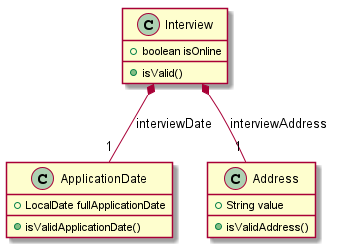
Above: images/InterviewClassDiagram.png in AY1920S2-CS2103T-F10-2/main (PlantUML), before the change. The source it was exported from:
```plantuml
@startuml
class Interview {
+ boolean isOnline
+ isValid()
}

class ApplicationDate {
+ LocalDate fullApplicationDate
+ isValidApplicationDate()
}

class Address {
+ String value
+ isValidAddress()
}

Interview *-- "1" ApplicationDate : interviewDate
Interview *-- "1" Address : interviewAddress

@enduml
```
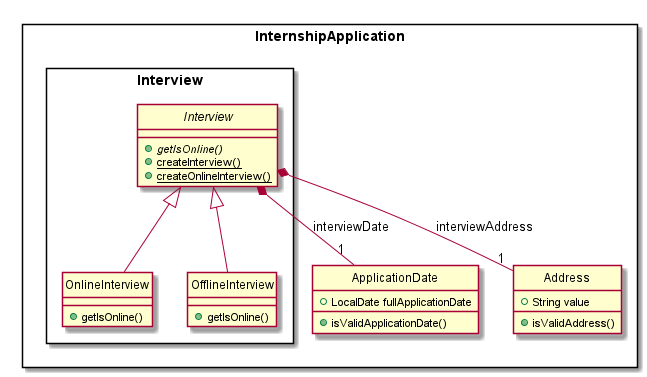
Above is the later version.

What changed in the source:
```diff
@@ -1,7 +1,32 @@
 @startuml
-class Interview {
-+ boolean isOnline
-+ isValid()
+
+hide circle
+
+
+Package InternshipApplication <<Rectangle>> {
+
+class ApplicationDate
+class Address
+
+Package Interview <<Rectangle>> {
+abstract class Interview
+class OnlineInterview
+class OfflineInterview
+}
+}
+
+abstract class Interview {
++ {abstract} getIsOnline()
++ {static} createInterview()
++ {static} createOnlineInterview()
+}
+
+class OnlineInterview {
++ getIsOnline()
+}
+
+class OfflineInterview {
++ getIsOnline()
 }
 
 class ApplicationDate {
@@ -16,5 +41,6 @@
 
 Interview *-- "1" ApplicationDate : interviewDate
 Interview *-- "1" Address : interviewAddress
-
+Interview <|-- OnlineInterview
+Interview <|-- OfflineInterview
 @enduml
```
